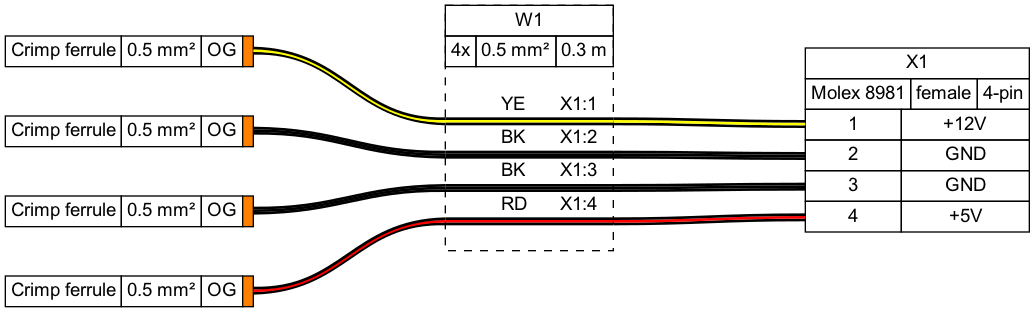
Before: tutorial/tutorial05.png, a diagram exported from Graphviz (wireviz/WireViz). Its source is kept beside it as tutorial/tutorial05.gv.
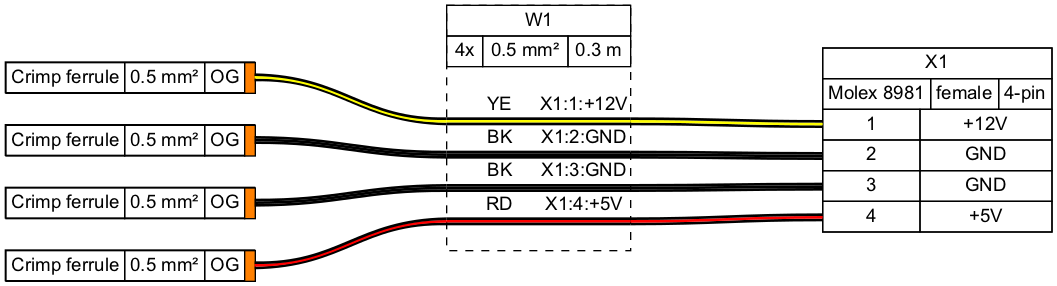
Later version of the same file.

The edit, as a diff of the source:
```diff
@@ -1,6 +1,6 @@
 graph {
-	graph [bgcolor=white fontname=arial nodesep=0.33 rankdir=LR ranksep=2]
-	node [fillcolor=white fontname=arial shape=record style=filled]
+	graph [bgcolor="#FFFFFF" fontname=arial nodesep=0.33 rankdir=LR ranksep=2]
+	node [fillcolor="#FFFFFF" fontname=arial height=0 margin=0 shape=none style=filled width=0]
 	edge [fontname=arial style=bold]
 	X1 [label=<
 <table border="0" cellspacing="0" cellpadding="0">
@@ -37,7 +37,7 @@
   </table>
  </td></tr>
 </table>
-> fillcolor=white margin=0 shape=none style=filled]
+> fillcolor="#FFFFFF" shape=box style=filled]
 	_F1_1 [label=<
 <table border="0" cellspacing="0" cellpadding="0">
  <tr><td>
@@ -49,7 +49,7 @@
   </tr></table>
  </td></tr>
 </table>
-> fillcolor=white margin=0 shape=none style=filled]
+> fillcolor="#FFFFFF" shape=box style=filled]
 	_F1_2 [label=<
 <table border="0" cellspacing="0" cellpadding="0">
  <tr><td>
@@ -61,7 +61,7 @@
   </tr></table>
  </td></tr>
 </table>
-> fillcolor=white margin=0 shape=none style=filled]
+> fillcolor="#FFFFFF" shape=box style=filled]
 	_F1_3 [label=<
 <table border="0" cellspacing="0" cellpadding="0">
  <tr><td>
@@ -73,7 +73,7 @@
   </tr></table>
  </td></tr>
 </table>
-> fillcolor=white margin=0 shape=none style=filled]
+> fillcolor="#FFFFFF" shape=box style=filled]
 	_F1_4 [label=<
 <table border="0" cellspacing="0" cellpadding="0">
  <tr><td>
@@ -85,7 +85,7 @@
   </tr></table>
  </td></tr>
 </table>
-> fillcolor=white margin=0 shape=none style=filled]
+> fillcolor="#FFFFFF" shape=box style=filled]
 	edge [color="#000000:#ffff00:#000000"]
 	_F1_1:e -- W1:w1:w
 	W1:w1:e -- X1:p1l:w
@@ -117,8 +117,10 @@
    <tr><td>&nbsp;</td></tr>
    <tr>
     <td></td>
-    <td>YE</td>
-    <td>X1:1</td>
+    <td>
+     YE
+    </td>
+    <td>X1:1:+12V</td>
    </tr>
    <tr>
     <td colspan="3" border="0" cellspacing="0" cellpadding="0" port="w1" height="6">
@@ -131,8 +133,10 @@
    </tr>
    <tr>
     <td></td>
-    <td>BK</td>
-    <td>X1:2</td>
+    <td>
+     BK
+    </td>
+    <td>X1:2:GND</td>
    </tr>
    <tr>
     <td colspan="3" border="0" cellspacing="0" cellpadding="0" port="w2" height="6">
@@ -145,8 +149,10 @@
    </tr>
    <tr>
     <td></td>
-    <td>BK</td>
-    <td>X1:3</td>
+    <td>
+     BK
+    </td>
+    <td>X1:3:GND</td>
    </tr>
    <tr>
     <td colspan="3" border="0" cellspacing="0" cellpadding="0" port="w3" height="6">
@@ -159,8 +165,10 @@
    </tr>
    <tr>
     <td></td>
-    <td>RD</td>
-    <td>X1:4</td>
+    <td>
+     RD
+    </td>
+    <td>X1:4:+5V</td>
    </tr>
    <tr>
     <td colspan="3" border="0" cellspacing="0" cellpadding="0" port="w4" height="6">
@@ -175,5 +183,5 @@
   </table>
  </td></tr>
 </table>
-> fillcolor=white margin=0 shape=box style="filled,dashed"]
+> fillcolor="#FFFFFF" shape=box style="filled,dashed"]
 }
```
